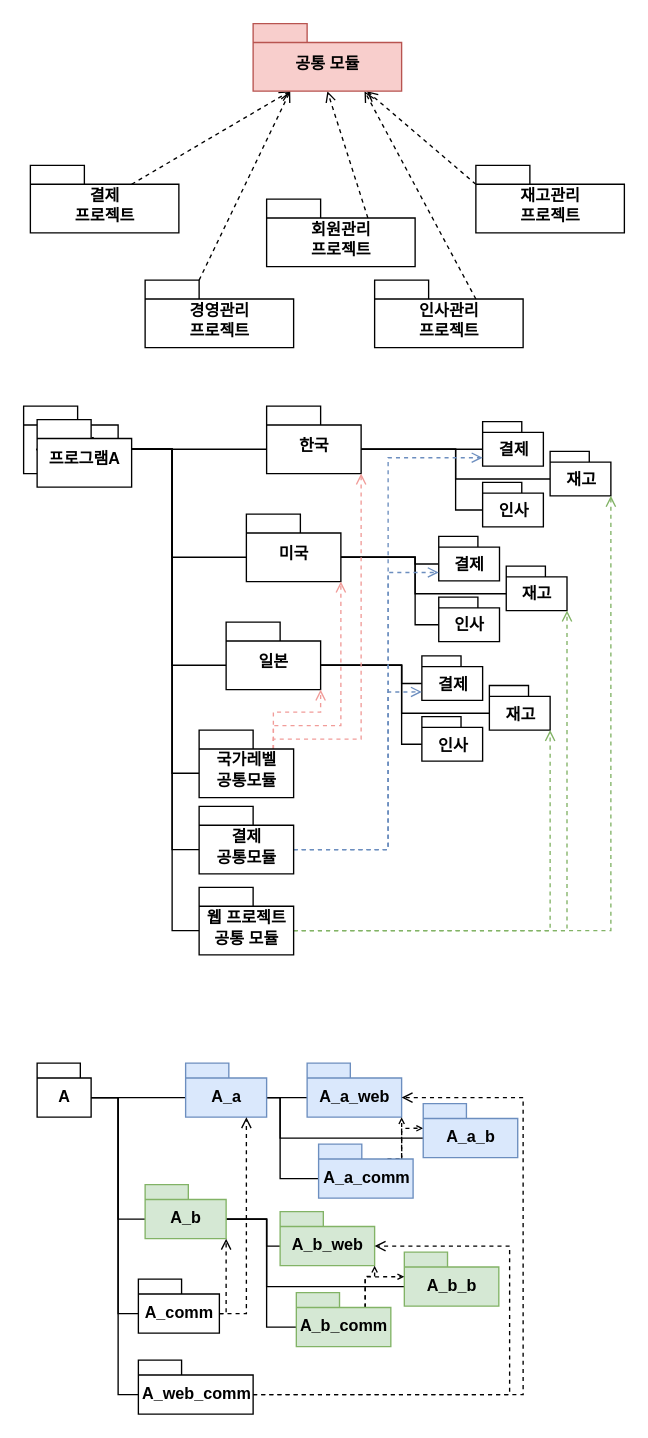
This is _posts/_image/_drawio/2019.s1.drawio from rura6502/rura6502.github.io, a draw.io file, before an edit. Source tidied: cells renumbered, new cells numbered last; positions are measured from the earlier drawing's top-left corner, leaving out a move shared by most shapes. Both pictures are drawn from the tidied source at 135%, with x=0, y=0 at pixel (23, 23).
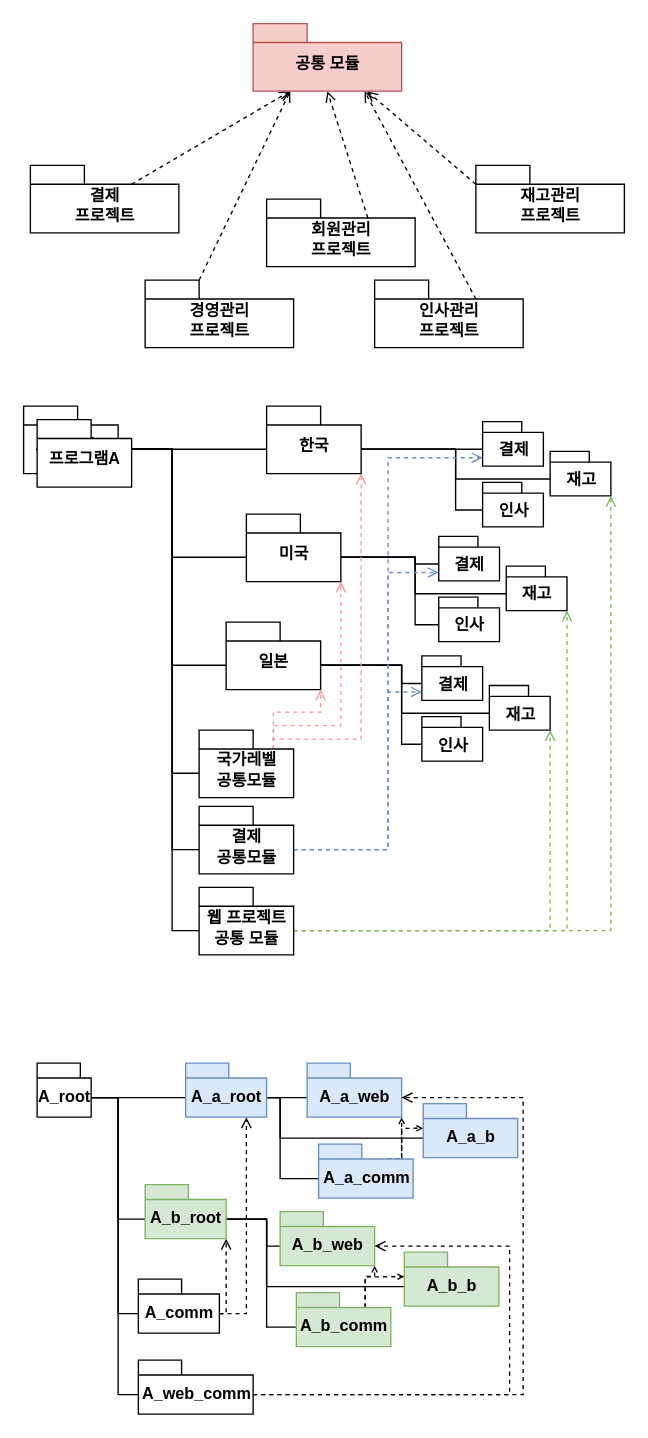
After the change.

What changed in the source:
```diff
@@
-    <mxCell id="58" value="A" style="shape=folder;fontStyle=1;spacingTop=10;tabWidth=32;tabHeight=11;tabPosition=left;html=1;" parent="1" vertex="1">
+    <mxCell id="58" value="A_root" style="shape=folder;fontStyle=1;spacingTop=10;tabWidth=32;tabHeight=11;tabPosition=left;html=1;" parent="1" vertex="1">
       <mxGeometry x="10" y="770" width="40" height="40" as="geometry" />
     </mxCell>
@@
-    <mxCell id="62" value="A_a" style="shape=folder;fontStyle=1;spacingTop=10;tabWidth=32;tabHeight=11;tabPosition=left;html=1;fillColor=#dae8fc;strokeColor=#6c8ebf;" parent="1" vertex="1">
+    <mxCell id="62" value="A_a_root" style="shape=folder;fontStyle=1;spacingTop=10;tabWidth=32;tabHeight=11;tabPosition=left;html=1;fillColor=#dae8fc;strokeColor=#6c8ebf;" parent="1" vertex="1">
       <mxGeometry x="120" y="770" width="60" height="40" as="geometry" />
     </mxCell>
@@
-    <mxCell id="66" value="A_b" style="shape=folder;fontStyle=1;spacingTop=10;tabWidth=32;tabHeight=11;tabPosition=left;html=1;fillColor=#d5e8d4;strokeColor=#82b366;" parent="1" vertex="1">
+    <mxCell id="66" value="A_b_root" style="shape=folder;fontStyle=1;spacingTop=10;tabWidth=32;tabHeight=11;tabPosition=left;html=1;fillColor=#d5e8d4;strokeColor=#82b366;" parent="1" vertex="1">
       <mxGeometry x="90" y="860" width="60" height="40" as="geometry" />
     </mxCell>
```
